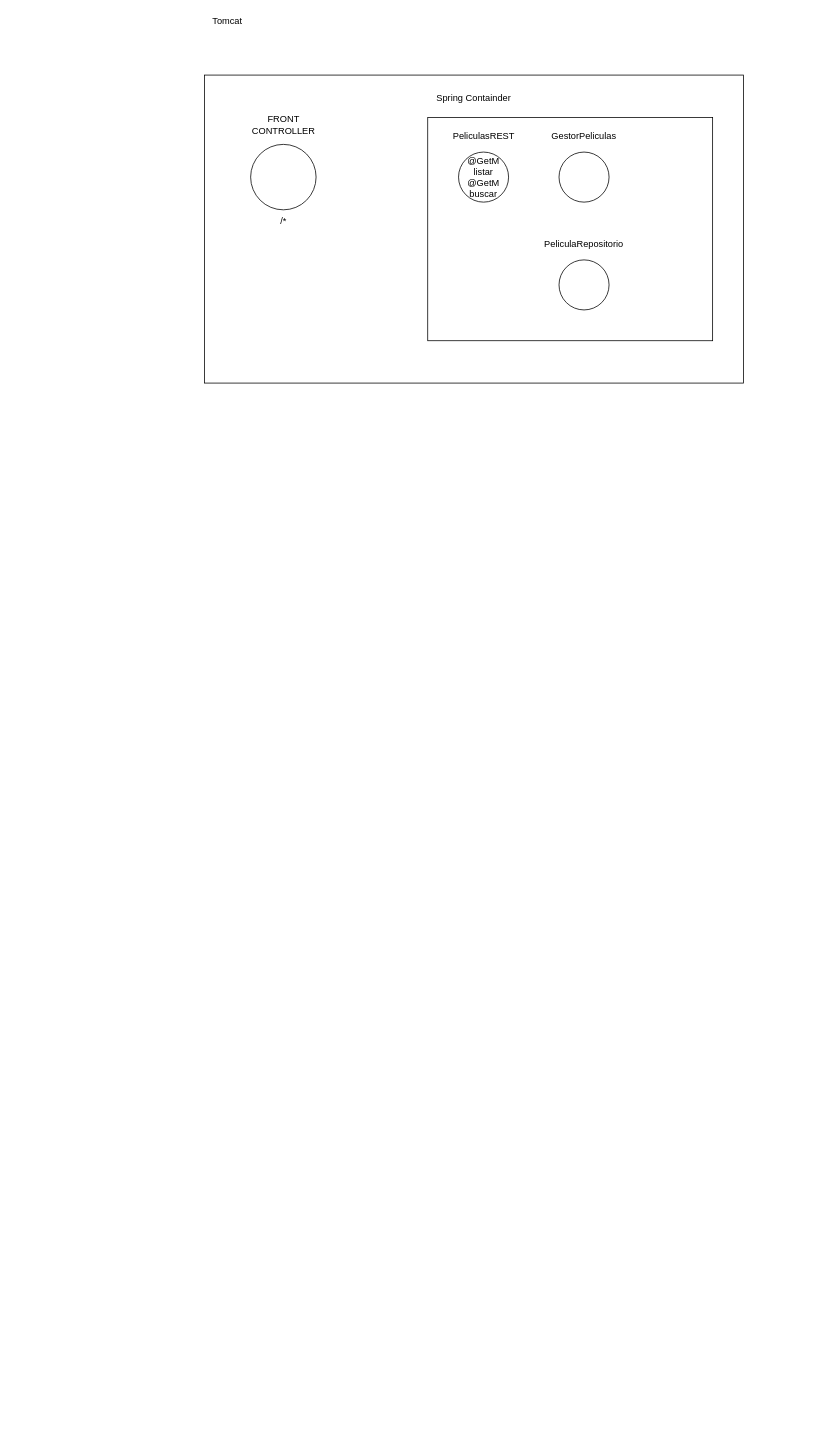
Before: page "Página-4" (4 of 5) of webflux.drawio in lrag/WebFlux, a draw.io diagram. Source tidied: cells renumbered, new cells numbered last; positions are measured from the earlier drawing's top-left corner, leaving out a move shared by most shapes. Both pictures are drawn from the tidied source at 77%, with x=0, y=0 at pixel (204, 13).
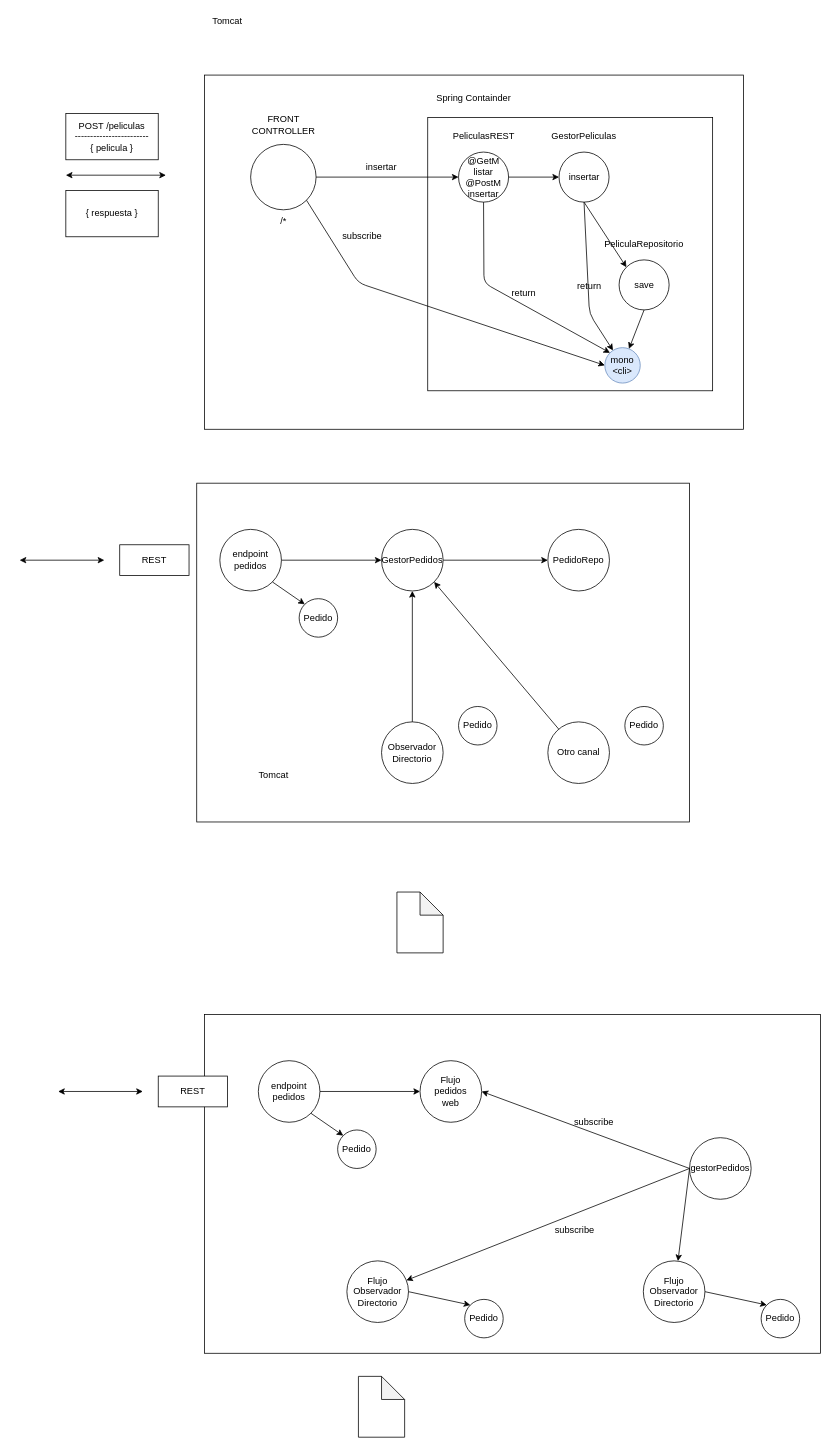
After the change.

Unchanged cells that the change refers to:
```xml
<mxCell id="3" style="ellipse;whiteSpace=wrap;html=1;fillColor=none;" parent="1" vertex="1">
  <mxGeometry x="60" y="170" width="85" height="85" as="geometry" />
</mxCell>
```

Diff of the diagram source:
```diff
@@
     <mxCell id="2" style="rounded=0;whiteSpace=wrap;html=1;fillColor=none;" parent="1" vertex="1">
-      <mxGeometry y="80" width="700" height="400" as="geometry" />
+      <mxGeometry y="80" width="700" height="460" as="geometry" />
     </mxCell>
+    <mxCell id="15" style="edgeStyle=orthogonalEdgeStyle;rounded=0;jettySize=auto;html=1;" parent="1" edge="1" source="3" target="7">
+      <mxGeometry relative="1" as="geometry" />
+    </mxCell>
@@
     <mxCell id="4" style="rounded=0;whiteSpace=wrap;html=1;fillColor=none;" parent="1" vertex="1">
-      <mxGeometry x="290" y="135" width="370" height="290" as="geometry" />
+      <mxGeometry x="290" y="135" width="370" height="355" as="geometry" />
     </mxCell>
@@
+    <mxCell id="16" style="edgeStyle=orthogonalEdgeStyle;rounded=0;jettySize=auto;html=1;" parent="1" edge="1" source="7" target="11">
+      <mxGeometry relative="1" as="geometry" />
+    </mxCell>
-    <mxCell id="7" value="@GetM&lt;br&gt;listar&lt;br&gt;@GetM&lt;br&gt;buscar" style="ellipse;whiteSpace=wrap;html=1;fillColor=none;" parent="1" vertex="1">
+    <mxCell id="7" value="@GetM&lt;br&gt;listar&lt;br&gt;@PostM&lt;br&gt;insertar" style="ellipse;whiteSpace=wrap;html=1;fillColor=none;" parent="1" vertex="1">
       <mxGeometry x="330" y="180" width="65" height="65" as="geometry" />
     </mxCell>
@@
-    <mxCell id="9" style="ellipse;whiteSpace=wrap;html=1;fillColor=none;" parent="1" vertex="1">
-      <mxGeometry x="460.5" y="320" width="65" height="65" as="geometry" />
+    <mxCell id="9" value="save" style="ellipse;whiteSpace=wrap;html=1;fillColor=none;" parent="1" vertex="1">
+      <mxGeometry x="538.5" y="320" width="65" height="65" as="geometry" />
     </mxCell>
     <mxCell id="10" value="PeliculaRepositorio" style="text;html=1;strokeColor=none;fillColor=none;align=center;verticalAlign=middle;whiteSpace=wrap;rounded=0;" parent="1" vertex="1">
-      <mxGeometry x="473" y="290" width="40" height="20" as="geometry" />
+      <mxGeometry x="551" y="290" width="40" height="20" as="geometry" />
     </mxCell>
-    <mxCell id="11" style="ellipse;whiteSpace=wrap;html=1;fillColor=none;" parent="1" vertex="1">
+    <mxCell id="11" value="insertar" style="ellipse;whiteSpace=wrap;html=1;fillColor=none;" parent="1" vertex="1">
       <mxGeometry x="460.5" y="180" width="65" height="65" as="geometry" />
     </mxCell>
@@
+    <mxCell id="17" style="rounded=0;whiteSpace=wrap;html=1;fillColor=none;" parent="1" vertex="1">
+      <mxGeometry x="-10" y="610" width="640" height="440" as="geometry" />
+    </mxCell>
+    <mxCell id="18" value="REST" style="rounded=0;whiteSpace=wrap;html=1;" parent="1" vertex="1">
+      <mxGeometry x="-110" y="690" width="90" height="40" as="geometry" />
+    </mxCell>
+    <mxCell id="19" style="edgeStyle=orthogonalEdgeStyle;rounded=0;jettySize=auto;html=1;strokeColor=#000000;" parent="1" edge="1" source="20" target="25">
+      <mxGeometry relative="1" as="geometry" />
+    </mxCell>
+    <mxCell id="20" value="endpoint&lt;br&gt;pedidos" style="ellipse;whiteSpace=wrap;html=1;fillColor=#ffffff;" parent="1" vertex="1">
+      <mxGeometry x="20" y="670" width="80" height="80" as="geometry" />
+    </mxCell>
+    <mxCell id="21" style="endArrow=classic;startArrow=classic;html=1;strokeColor=#000000;" parent="1" edge="1">
+      <mxGeometry relative="1" as="geometry">
+        <mxPoint x="-240" y="710" as="sourcePoint" />
+        <mxPoint x="-130" y="710" as="targetPoint" />
+      </mxGeometry>
+    </mxCell>
+    <mxCell id="22" value="Pedido" style="ellipse;whiteSpace=wrap;html=1;fillColor=#ffffff;" parent="1" vertex="1">
+      <mxGeometry x="123" y="760" width="50" height="50" as="geometry" />
+    </mxCell>
+    <mxCell id="23" style="endArrow=classic;html=1;strokeColor=#000000;exitX=1;exitY=1;exitDx=0;exitDy=0;entryX=0;entryY=0;entryDx=0;entryDy=0;" parent="1" edge="1" source="20" target="22">
+      <mxGeometry relative="1" as="geometry" />
+    </mxCell>
+    <mxCell id="24" style="edgeStyle=orthogonalEdgeStyle;rounded=0;jettySize=auto;html=1;strokeColor=#000000;" parent="1" edge="1" source="25" target="26">
+      <mxGeometry relative="1" as="geometry" />
+    </mxCell>
+    <mxCell id="25" value="GestorPedidos" style="ellipse;whiteSpace=wrap;html=1;fillColor=#ffffff;" parent="1" vertex="1">
+      <mxGeometry x="230" y="670" width="80" height="80" as="geometry" />
+    </mxCell>
+    <mxCell id="26" value="PedidoRepo" style="ellipse;whiteSpace=wrap;html=1;fillColor=#ffffff;" parent="1" vertex="1">
+      <mxGeometry x="446" y="670" width="80" height="80" as="geometry" />
+    </mxCell>
+    <mxCell id="27" style="shape=note;whiteSpace=wrap;html=1;backgroundOutline=1;darkOpacity=0.05;fillColor=#ffffff;" parent="1" vertex="1">
+      <mxGeometry x="250" y="1141" width="60" height="79" as="geometry" />
+    </mxCell>
+    <mxCell id="28" value="Observador&lt;br&gt;Directorio" style="ellipse;whiteSpace=wrap;html=1;fillColor=#ffffff;" parent="1" vertex="1">
+      <mxGeometry x="230" y="920" width="80" height="80" as="geometry" />
+    </mxCell>
+    <mxCell id="29" value="Pedido" style="ellipse;whiteSpace=wrap;html=1;fillColor=#ffffff;" parent="1" vertex="1">
+      <mxGeometry x="330" y="900" width="50" height="50" as="geometry" />
+    </mxCell>
+    <mxCell id="30" style="endArrow=classic;html=1;strokeColor=#000000;entryX=0.5;entryY=1;entryDx=0;entryDy=0;" parent="1" edge="1" source="28" target="25">
+      <mxGeometry relative="1" as="geometry" />
+    </mxCell>
+    <mxCell id="31" value="Tomcat" style="text;html=1;strokeColor=none;fillColor=none;align=center;verticalAlign=middle;whiteSpace=wrap;rounded=0;" parent="1" vertex="1">
+      <mxGeometry x="70" y="980" width="40" height="20" as="geometry" />
+    </mxCell>
+    <mxCell id="32" style="rounded=0;whiteSpace=wrap;html=1;fillColor=none;" parent="1" vertex="1">
+      <mxGeometry y="1300" width="800" height="440" as="geometry" />
+    </mxCell>
+    <mxCell id="33" value="REST" style="rounded=0;whiteSpace=wrap;html=1;" parent="1" vertex="1">
+      <mxGeometry x="-60" y="1380" width="90" height="40" as="geometry" />
+    </mxCell>
+    <mxCell id="34" style="edgeStyle=orthogonalEdgeStyle;rounded=0;jettySize=auto;html=1;strokeColor=#000000;" parent="1" edge="1" source="35">
+      <mxGeometry relative="1" as="geometry">
+        <mxPoint x="280" y="1400" as="targetPoint" />
+      </mxGeometry>
+    </mxCell>
+    <mxCell id="35" value="endpoint&lt;br&gt;pedidos" style="ellipse;whiteSpace=wrap;html=1;fillColor=#ffffff;" parent="1" vertex="1">
+      <mxGeometry x="70" y="1360" width="80" height="80" as="geometry" />
+    </mxCell>
+    <mxCell id="36" style="endArrow=classic;startArrow=classic;html=1;strokeColor=#000000;" parent="1" edge="1">
+      <mxGeometry relative="1" as="geometry">
+        <mxPoint x="-190" y="1400" as="sourcePoint" />
+        <mxPoint x="-80" y="1400" as="targetPoint" />
+      </mxGeometry>
+    </mxCell>
+    <mxCell id="37" value="Pedido" style="ellipse;whiteSpace=wrap;html=1;fillColor=#ffffff;" parent="1" vertex="1">
+      <mxGeometry x="173" y="1450" width="50" height="50" as="geometry" />
+    </mxCell>
+    <mxCell id="38" style="endArrow=classic;html=1;strokeColor=#000000;exitX=1;exitY=1;exitDx=0;exitDy=0;entryX=0;entryY=0;entryDx=0;entryDy=0;" parent="1" edge="1" source="35" target="37">
+      <mxGeometry relative="1" as="geometry" />
+    </mxCell>
+    <mxCell id="39" style="shape=note;whiteSpace=wrap;html=1;backgroundOutline=1;darkOpacity=0.05;fillColor=#ffffff;" parent="1" vertex="1">
+      <mxGeometry x="200" y="1770" width="60" height="79" as="geometry" />
+    </mxCell>
+    <mxCell id="40" value="Flujo&lt;br&gt;pedidos&lt;br&gt;web" style="ellipse;whiteSpace=wrap;html=1;fillColor=#ffffff;" parent="1" vertex="1">
+      <mxGeometry x="280" y="1360" width="80" height="80" as="geometry" />
+    </mxCell>
+    <mxCell id="41" value="Flujo&lt;br&gt;Observador&lt;br&gt;Directorio" style="ellipse;whiteSpace=wrap;html=1;fillColor=#ffffff;" parent="1" vertex="1">
+      <mxGeometry x="185" y="1620" width="80" height="80" as="geometry" />
+    </mxCell>
+    <mxCell id="42" value="Pedido" style="ellipse;whiteSpace=wrap;html=1;fillColor=#ffffff;" parent="1" vertex="1">
+      <mxGeometry x="338" y="1670" width="50" height="50" as="geometry" />
+    </mxCell>
+    <mxCell id="43" style="endArrow=classic;html=1;strokeColor=#000000;exitX=1;exitY=0.5;exitDx=0;exitDy=0;entryX=0;entryY=0;entryDx=0;entryDy=0;" parent="1" edge="1" source="41" target="42">
+      <mxGeometry relative="1" as="geometry" />
+    </mxCell>
+    <mxCell id="44" value="gestorPedidos" style="ellipse;whiteSpace=wrap;html=1;fillColor=#ffffff;" parent="1" vertex="1">
+      <mxGeometry x="630" y="1460" width="80" height="80" as="geometry" />
+    </mxCell>
+    <mxCell id="45" style="endArrow=classic;html=1;strokeColor=#000000;entryX=1;entryY=0.5;entryDx=0;entryDy=0;exitX=0;exitY=0.5;exitDx=0;exitDy=0;" parent="1" edge="1" source="44" target="40">
+      <mxGeometry relative="1" as="geometry" />
+    </mxCell>
+    <mxCell id="46" style="endArrow=classic;html=1;strokeColor=#000000;exitX=0;exitY=0.5;exitDx=0;exitDy=0;" parent="1" edge="1" source="44" target="41">
+      <mxGeometry relative="1" as="geometry" />
+    </mxCell>
+    <mxCell id="47" value="subscribe" style="text;html=1;strokeColor=none;fillColor=none;align=center;verticalAlign=middle;whiteSpace=wrap;rounded=0;" parent="1" vertex="1">
+      <mxGeometry x="486" y="1430" width="40" height="20" as="geometry" />
+    </mxCell>
+    <mxCell id="48" value="subscribe" style="text;html=1;strokeColor=none;fillColor=none;align=center;verticalAlign=middle;whiteSpace=wrap;rounded=0;" parent="1" vertex="1">
+      <mxGeometry x="460.5" y="1570" width="40" height="20" as="geometry" />
+    </mxCell>
+    <mxCell id="49" value="Otro canal" style="ellipse;whiteSpace=wrap;html=1;fillColor=#ffffff;" parent="1" vertex="1">
+      <mxGeometry x="446" y="920" width="80" height="80" as="geometry" />
+    </mxCell>
+    <mxCell id="50" value="Pedido" style="ellipse;whiteSpace=wrap;html=1;fillColor=#ffffff;" parent="1" vertex="1">
+      <mxGeometry x="546" y="900" width="50" height="50" as="geometry" />
+    </mxCell>
+    <mxCell id="51" style="endArrow=classic;html=1;strokeColor=#000000;entryX=1;entryY=1;entryDx=0;entryDy=0;" parent="1" edge="1" source="49" target="25">
+      <mxGeometry relative="1" as="geometry" />
+    </mxCell>
+    <mxCell id="52" value="Flujo&lt;br&gt;Observador&lt;br&gt;Directorio" style="ellipse;whiteSpace=wrap;html=1;fillColor=#ffffff;" parent="1" vertex="1">
+      <mxGeometry x="570" y="1620" width="80" height="80" as="geometry" />
+    </mxCell>
+    <mxCell id="53" value="Pedido" style="ellipse;whiteSpace=wrap;html=1;fillColor=#ffffff;" parent="1" vertex="1">
+      <mxGeometry x="723" y="1670" width="50" height="50" as="geometry" />
+    </mxCell>
+    <mxCell id="54" style="endArrow=classic;html=1;strokeColor=#000000;exitX=1;exitY=0.5;exitDx=0;exitDy=0;entryX=0;entryY=0;entryDx=0;entryDy=0;" parent="1" edge="1" source="52" target="53">
+      <mxGeometry relative="1" as="geometry" />
+    </mxCell>
+    <mxCell id="55" style="endArrow=classic;html=1;strokeColor=#000000;exitX=0;exitY=0.5;exitDx=0;exitDy=0;" parent="1" edge="1" source="44" target="52">
+      <mxGeometry relative="1" as="geometry" />
+    </mxCell>
+    <mxCell id="56" style="endArrow=classic;html=1;exitX=0.5;exitY=1;exitDx=0;exitDy=0;entryX=0;entryY=0;entryDx=0;entryDy=0;" parent="1" edge="1" source="11" target="9">
+      <mxGeometry relative="1" as="geometry" />
+    </mxCell>
+    <mxCell id="57" style="endArrow=classic;startArrow=classic;html=1;" parent="1" edge="1">
+      <mxGeometry relative="1" as="geometry">
+        <mxPoint x="-180" y="210" as="sourcePoint" />
+        <mxPoint x="-50" y="210" as="targetPoint" />
+      </mxGeometry>
+    </mxCell>
+    <mxCell id="58" value="POST /peliculas&lt;br&gt;------------------------&lt;br&gt;{ pelicula }" style="rounded=0;whiteSpace=wrap;html=1;fillColor=none;" parent="1" vertex="1">
+      <mxGeometry x="-180" y="130" width="120" height="60" as="geometry" />
+    </mxCell>
+    <mxCell id="59" value="insertar" style="text;html=1;strokeColor=none;fillColor=none;align=center;verticalAlign=middle;whiteSpace=wrap;rounded=0;" parent="1" vertex="1">
+      <mxGeometry x="210" y="190" width="40" height="20" as="geometry" />
+    </mxCell>
+    <mxCell id="60" value="mono&lt;br&gt;&amp;lt;cli&amp;gt;" style="ellipse;whiteSpace=wrap;html=1;fillColor=#dae8fc;strokeColor=#6c8ebf;" parent="1" vertex="1">
+      <mxGeometry x="520" y="434" width="46" height="46" as="geometry" />
+    </mxCell>
+    <mxCell id="61" style="endArrow=classic;html=1;exitX=0.5;exitY=1;exitDx=0;exitDy=0;" parent="1" edge="1" source="9" target="60">
+      <mxGeometry relative="1" as="geometry" />
+    </mxCell>
+    <mxCell id="62" style="endArrow=classic;html=1;exitX=0.5;exitY=1;exitDx=0;exitDy=0;" parent="1" edge="1" source="11" target="60">
+      <mxGeometry relative="1" as="geometry">
+        <Array as="points">
+          <mxPoint x="500" y="390" />
+        </Array>
+      </mxGeometry>
+    </mxCell>
+    <mxCell id="63" value="return" style="text;html=1;strokeColor=none;fillColor=none;align=center;verticalAlign=middle;whiteSpace=wrap;rounded=0;" parent="1" vertex="1">
+      <mxGeometry x="480" y="344" width="40" height="20" as="geometry" />
+    </mxCell>
+    <mxCell id="64" style="endArrow=classic;html=1;exitX=0.5;exitY=1;exitDx=0;exitDy=0;entryX=0;entryY=0;entryDx=0;entryDy=0;" parent="1" edge="1" source="7" target="60">
+      <mxGeometry relative="1" as="geometry">
+        <Array as="points">
+          <mxPoint x="363" y="350" />
+        </Array>
+      </mxGeometry>
+    </mxCell>
+    <mxCell id="65" value="return" style="text;html=1;strokeColor=none;fillColor=none;align=center;verticalAlign=middle;whiteSpace=wrap;rounded=0;" parent="1" vertex="1">
+      <mxGeometry x="395" y="354" width="40" height="20" as="geometry" />
+    </mxCell>
+    <mxCell id="66" style="endArrow=classic;html=1;exitX=1;exitY=1;exitDx=0;exitDy=0;entryX=0;entryY=0.5;entryDx=0;entryDy=0;" parent="1" edge="1" source="3" target="60">
+      <mxGeometry relative="1" as="geometry">
+        <Array as="points">
+          <mxPoint x="200" y="350" />
+        </Array>
+      </mxGeometry>
+    </mxCell>
+    <mxCell id="67" value="subscribe" style="text;html=1;strokeColor=none;fillColor=none;align=center;verticalAlign=middle;whiteSpace=wrap;rounded=0;" parent="1" vertex="1">
+      <mxGeometry x="185" y="280" width="40" height="20" as="geometry" />
+    </mxCell>
+    <mxCell id="68" value="{ respuesta }" style="rounded=0;whiteSpace=wrap;html=1;fillColor=none;" parent="1" vertex="1">
+      <mxGeometry x="-180" y="230" width="120" height="60" as="geometry" />
+    </mxCell>
```
